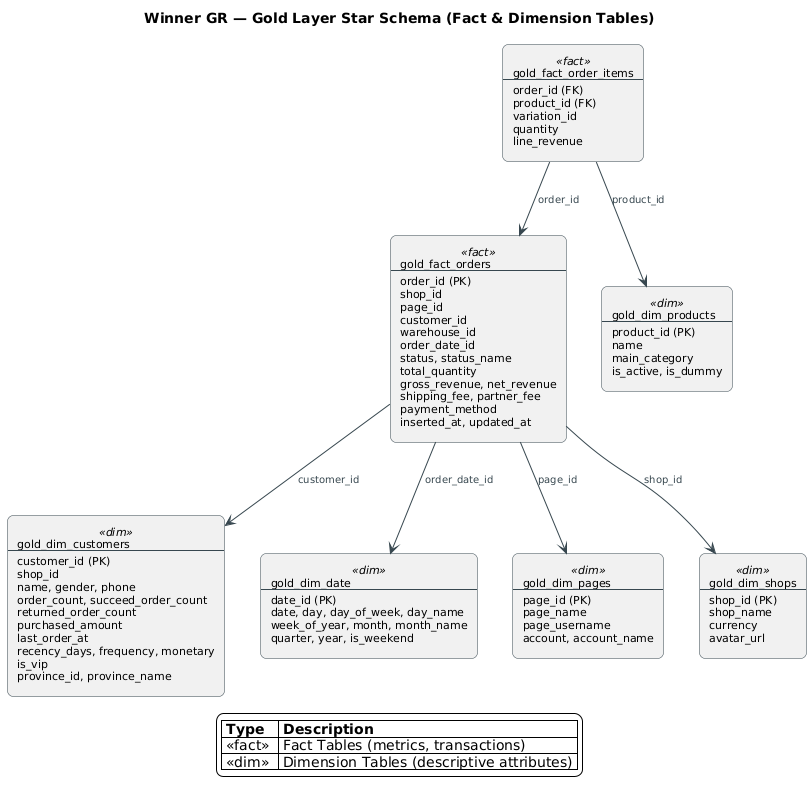
Earlier version of the PlantUML export img/4.StarSchema.png (LeVanDuy26/Winner_Group_Analytics). Source of this version:
```plantuml
@startuml
title Winner GR — Gold Layer Star Schema (Fact & Dimension Tables)

!define C_FACT #FFF3E0
!define C_DIM  #E8F5E9
!define C_BORDER #37474F

skinparam backgroundColor white
skinparam shadowing false
skinparam defaultFontName Inter
skinparam rectangle {
  BorderColor C_BORDER
  RoundCorner 12
  FontSize 11
}
skinparam package {
  BorderColor C_BORDER
  FontSize 13
  RoundCorner 15
}
skinparam note {
  BackgroundColor #FFFDE7
  BorderColor C_BORDER
}
skinparam ArrowColor C_BORDER
skinparam ArrowFontColor C_BORDER
skinparam ArrowFontSize 10

rectangle "gold_fact_orders\n---\norder_id (PK)\nshop_id\npage_id\ncustomer_id\nwarehouse_id\norder_date_id\nstatus, status_name\ntotal_quantity\ngross_revenue, net_revenue\nshipping_fee, partner_fee\npayment_method\ninserted_at, updated_at" <<fact>> as fact_orders

rectangle "gold_fact_order_items\n---\norder_id (FK)\nproduct_id (FK)\nvariation_id\nquantity\nline_revenue" <<fact>> as fact_items

rectangle "gold_dim_customers\n---\ncustomer_id (PK)\nshop_id\nname, gender, phone\norder_count, succeed_order_count\nreturned_order_count\npurchased_amount\nlast_order_at\nrecency_days, frequency, monetary\nis_vip\nprovince_id, province_name" <<dim>> as dim_customers

rectangle "gold_dim_date\n---\ndate_id (PK)\ndate, day, day_of_week, day_name\nweek_of_year, month, month_name\nquarter, year, is_weekend" <<dim>> as dim_date

rectangle "gold_dim_products\n---\nproduct_id (PK)\nname\nmain_category\nis_active, is_dummy" <<dim>> as dim_products

rectangle "gold_dim_pages\n---\npage_id (PK)\npage_name\npage_username\naccount, account_name" <<dim>> as dim_pages

rectangle "gold_dim_shops\n---\nshop_id (PK)\nshop_name\ncurrency\navatar_url" <<dim>> as dim_shops

fact_orders --> dim_customers : customer_id
fact_orders --> dim_date : order_date_id
fact_orders --> dim_shops : shop_id
fact_orders --> dim_pages : page_id

fact_items --> fact_orders : order_id
fact_items --> dim_products : product_id

legend bottom
|= Type |= Description |
| <<fact>> | Fact Tables (metrics, transactions) |
| <<dim>>  | Dimension Tables (descriptive attributes) |
endlegend
@enduml
```
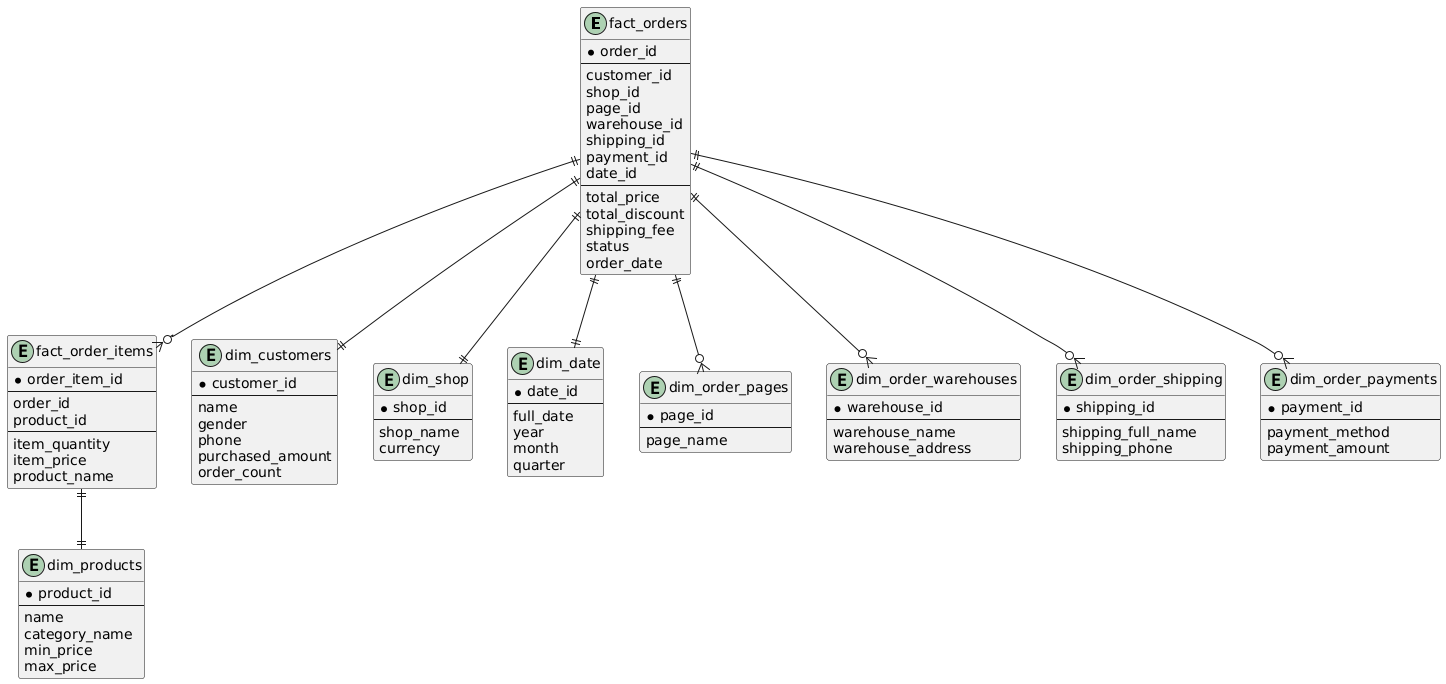
After the change.

The edit, as a diff of the source:
```diff
@@ -1,56 +1,103 @@
 @startuml
-title Winner GR — Gold Layer Star Schema (Fact & Dimension Tables)
+entity fact_orders {
+  * order_id
+  --
+  customer_id
+  shop_id
+  page_id
+  warehouse_id
+  shipping_id
+  payment_id
+  date_id
+  --
+  total_price
+  total_discount
+  shipping_fee
+  status
+  order_date
+}
 
-!define C_FACT #FFF3E0
-!define C_DIM  #E8F5E9
-!define C_BORDER #37474F
+entity fact_order_items {
+  * order_item_id
+  --
+  order_id
+  product_id
+  --
+  item_quantity
+  item_price
+  product_name
+}
 
-skinparam backgroundColor white
-skinparam shadowing false
-skinparam defaultFontName Inter
-skinparam rectangle {
-  BorderColor C_BORDER
-  RoundCorner 12
-  FontSize 11
+entity dim_customers {
+  * customer_id
+  --
+  name
+  gender
+  phone
+  purchased_amount
+  order_count
 }
-skinparam package {
-  BorderColor C_BORDER
-  FontSize 13
-  RoundCorner 15
+
+entity dim_products {
+  * product_id
+  --
+  name
+  category_name
+  min_price
+  max_price
 }
-skinparam note {
-  BackgroundColor #FFFDE7
-  BorderColor C_BORDER
+
+entity dim_shop {
+  * shop_id
+  --
+  shop_name
+  currency
 }
-skinparam ArrowColor C_BORDER
-skinparam ArrowFontColor C_BORDER
-skinparam ArrowFontSize 10
 
-rectangle "gold_fact_orders\n---\norder_id (PK)\nshop_id\npage_id\ncustomer_id\nwarehouse_id\norder_date_id\nstatus, status_name\ntotal_quantity\ngross_revenue, net_revenue\nshipping_fee, partner_fee\npayment_method\ninserted_at, updated_at" <<fact>> as fact_orders
+entity dim_date {
+  * date_id
+  --
+  full_date
+  year
+  month
+  quarter
+}
 
-rectangle "gold_fact_order_items\n---\norder_id (FK)\nproduct_id (FK)\nvariation_id\nquantity\nline_revenue" <<fact>> as fact_items
+entity dim_order_pages {
+  * page_id
+  --
+  page_name
+}
 
-rectangle "gold_dim_customers\n---\ncustomer_id (PK)\nshop_id\nname, gender, phone\norder_count, succeed_order_count\nreturned_order_count\npurchased_amount\nlast_order_at\nrecency_days, frequency, monetary\nis_vip\nprovince_id, province_name" <<dim>> as dim_customers
+entity dim_order_warehouses {
+  * warehouse_id
+  --
+  warehouse_name
+  warehouse_address
+}
 
-rectangle "gold_dim_date\n---\ndate_id (PK)\ndate, day, day_of_week, day_name\nweek_of_year, month, month_name\nquarter, year, is_weekend" <<dim>> as dim_date
+entity dim_order_shipping {
+  * shipping_id
+  --
+  shipping_full_name
+  shipping_phone
+}
 
-rectangle "gold_dim_products\n---\nproduct_id (PK)\nname\nmain_category\nis_active, is_dummy" <<dim>> as dim_products
+entity dim_order_payments {
+  * payment_id
+  --
+  payment_method
+  payment_amount
+}
 
-rectangle "gold_dim_pages\n---\npage_id (PK)\npage_name\npage_username\naccount, account_name" <<dim>> as dim_pages
+fact_orders ||--|| dim_customers
+fact_orders ||--|| dim_shop
+fact_orders ||--|| dim_date
+fact_orders ||--o{ dim_order_pages
+fact_orders ||--o{ dim_order_warehouses
+fact_orders ||--o{ dim_order_shipping
+fact_orders ||--o{ dim_order_payments
 
-rectangle "gold_dim_shops\n---\nshop_id (PK)\nshop_name\ncurrency\navatar_url" <<dim>> as dim_shops
-
-fact_orders --> dim_customers : customer_id
-fact_orders --> dim_date : order_date_id
-fact_orders --> dim_shops : shop_id
-fact_orders --> dim_pages : page_id
-
-fact_items --> fact_orders : order_id
-fact_items --> dim_products : product_id
-
-legend bottom
-|= Type |= Description |
-| <<fact>> | Fact Tables (metrics, transactions) |
-| <<dim>>  | Dimension Tables (descriptive attributes) |
-endlegend
+fact_orders ||--o{ fact_order_items
+fact_order_items ||--|| dim_products
 @enduml
```
